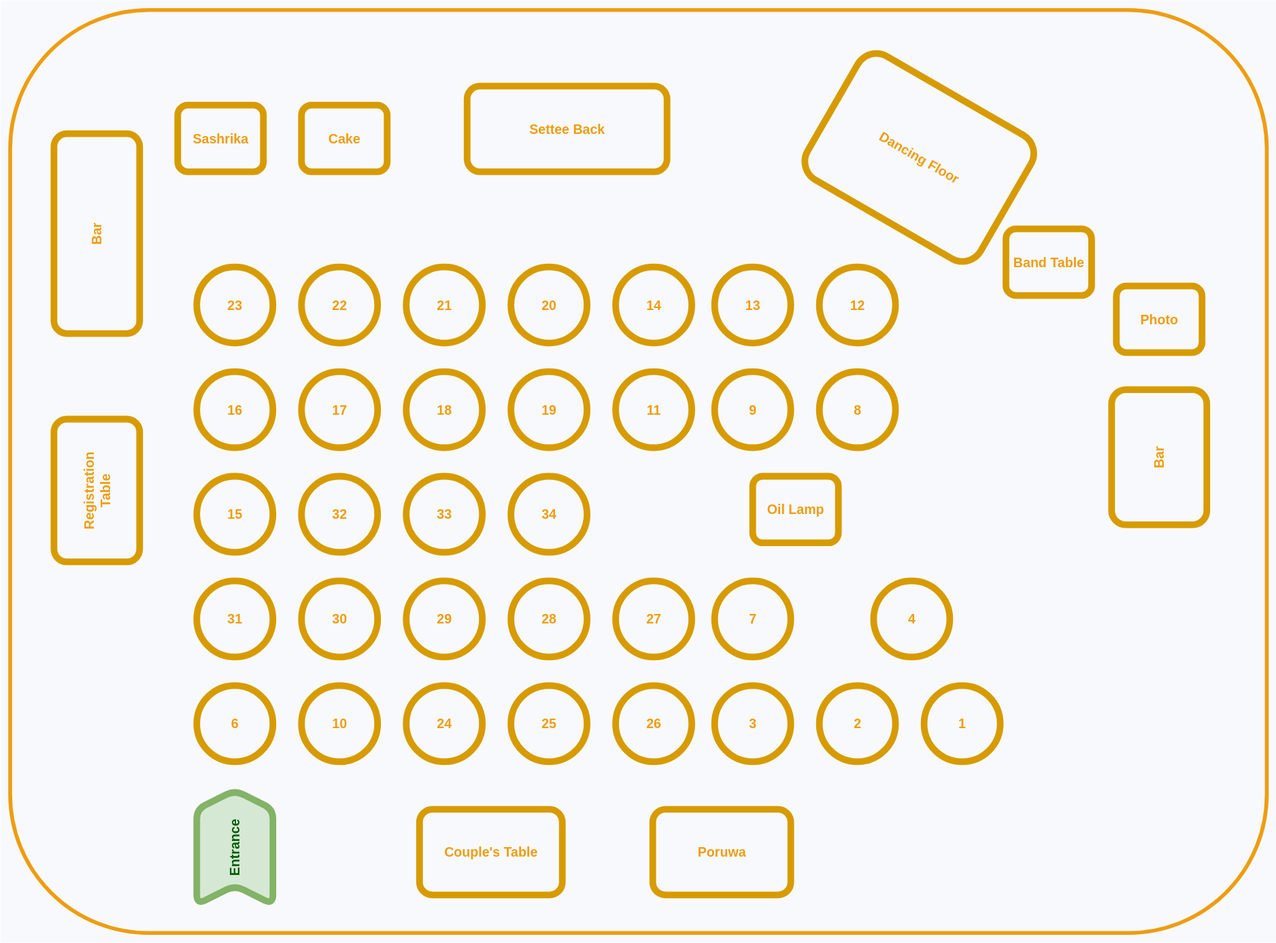
This is lisitha_wedding.svg from UvinduW/uvinduw.github.io, a draw.io export, as it was before one commit. Source tidied: cells renumbered, new cells last; positions are measured from the earlier drawing's top-left corner, leaving out a move shared by most shapes.
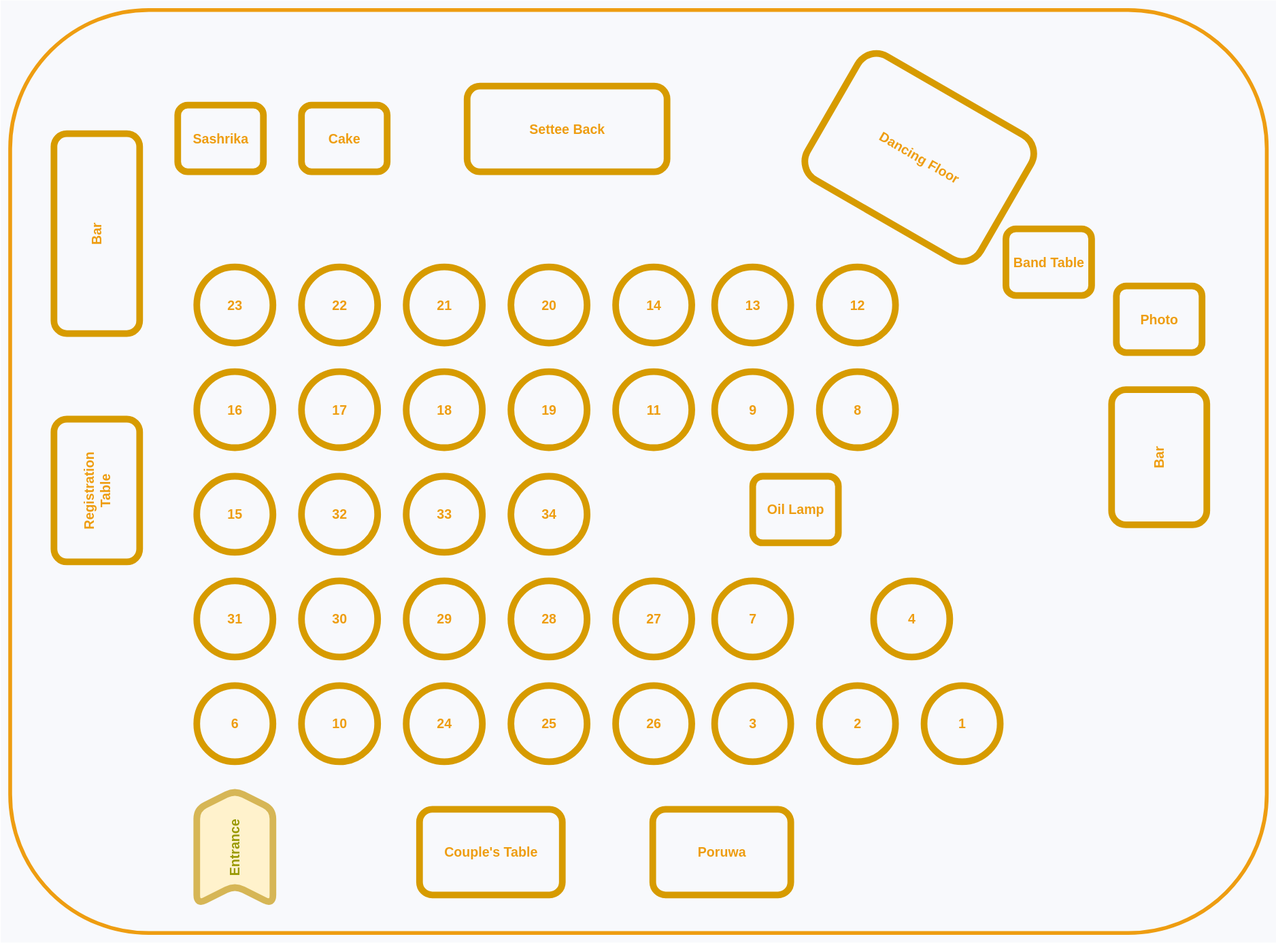
After the change.

Diff of the diagram source:
```diff
@@ -146,7 +146,7 @@
     <mxCell id="49" value="8" style="ellipse;whiteSpace=wrap;html=1;fillColor=none;strokeColor=#d79b00;strokeWidth=7;fontColor=#EE9D11;fontSize=14;fontStyle=1;" parent="1" vertex="1">
       <mxGeometry x="864" y="390" width="80" height="80" as="geometry" />
     </mxCell>
-    <mxCell id="50" value="Entrance" style="shape=step;perimeter=stepPerimeter;whiteSpace=wrap;html=1;fixedSize=1;rotation=-90;rounded=1;fillColor=#d5e8d4;strokeColor=#82b366;strokeWidth=7;fontSize=14;fontStyle=1;fontColor=light-dark(#045d05, #ededed);" parent="1" vertex="1">
+    <mxCell id="50" value="Entrance" style="shape=step;perimeter=stepPerimeter;whiteSpace=wrap;html=1;fixedSize=1;rotation=-90;rounded=1;fillColor=#fff2cc;strokeColor=#d6b656;strokeWidth=7;fontSize=14;fontStyle=1;fontColor=#999900;" parent="1" vertex="1">
       <mxGeometry x="190" y="850" width="120" height="80" as="geometry" />
     </mxCell>
   </root>
```
